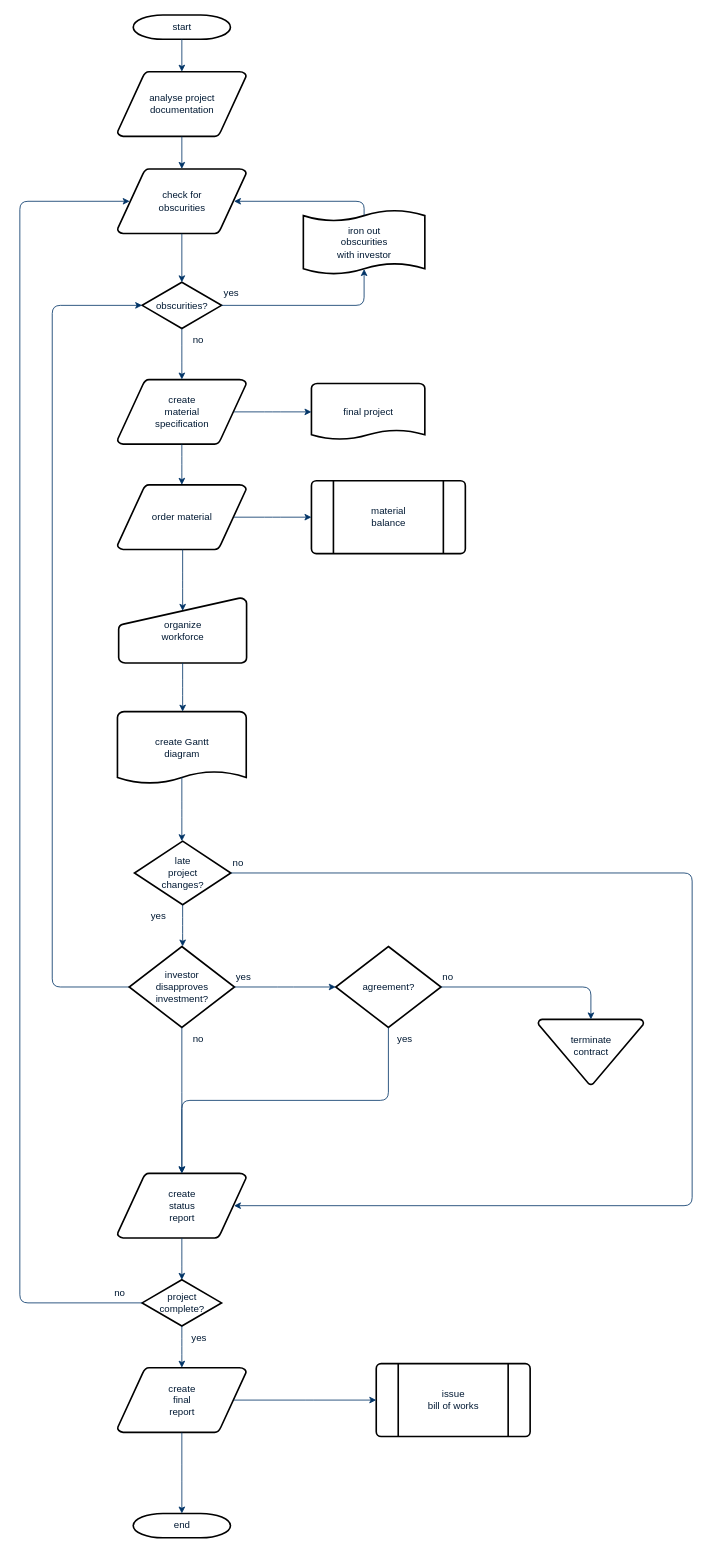
Earlier version of the draw.io diagram 蜜趣网络请求缓存逻辑.drawio (ZengSir/drawio). Source tidied: cells renumbered, new cells numbered last; positions are measured from the earlier drawing's top-left corner, leaving out a move shared by most shapes. Both pictures are drawn from the tidied source at 81%, with x=0, y=0 at pixel (19, 15).
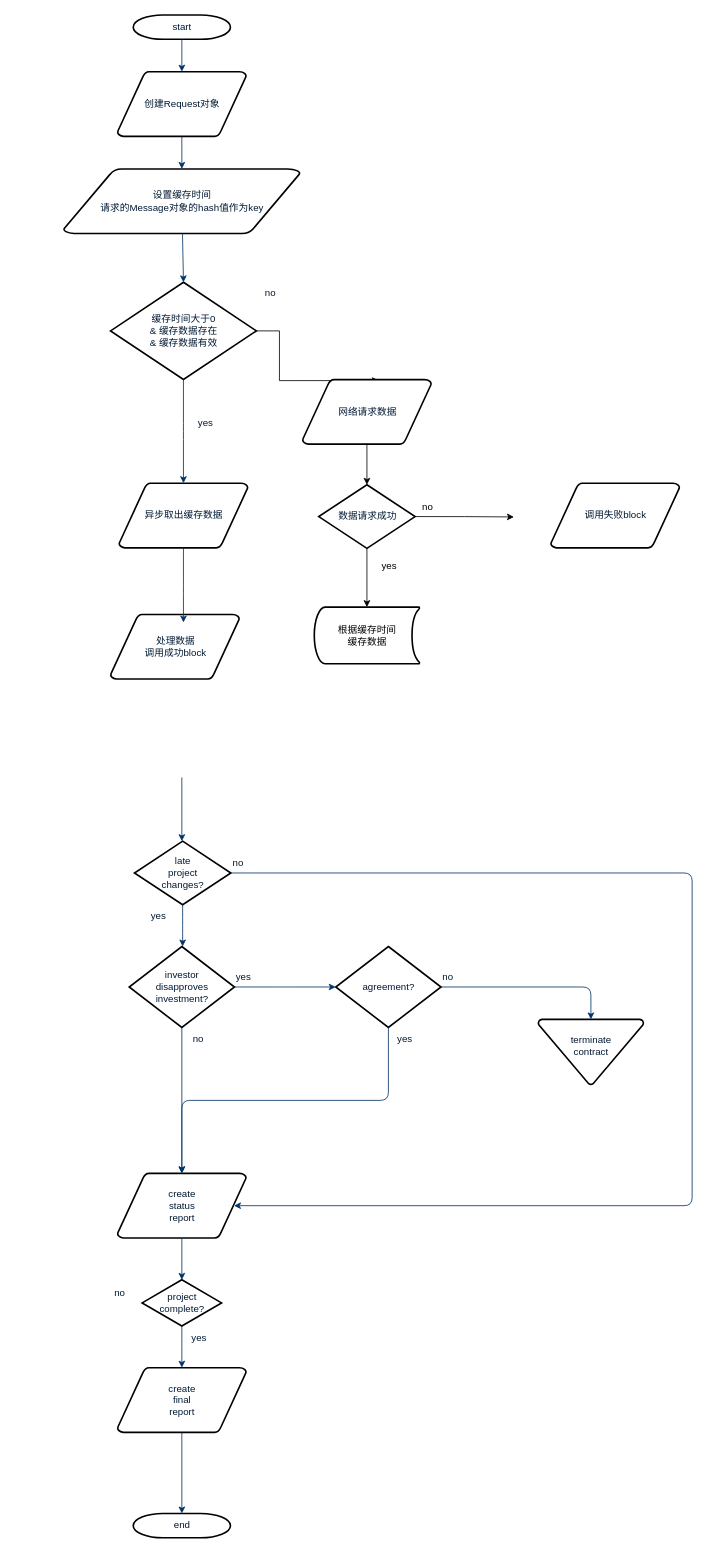
After the change.

Commit message (it also covers changes not shown here):
更新蜜趣网络请求缓存逻辑.drawio

The change refers to these unchanged cells:
```xml
<mxCell id="24" value="late&#10;project&#10;changes?" style="shape=mxgraph.flowchart.decision;fillColor=#FFFFFF;strokeColor=#000000;strokeWidth=2;gradientColor=none;gradientDirection=north;fontColor=#001933;fontStyle=0;html=1;" parent="1" vertex="1">
  <mxGeometry x="141.5" y="1020" width="119" height="78.5" as="geometry" />
</mxCell>
<mxCell id="28" value="investor&#10;disapproves&#10; investment?" style="shape=mxgraph.flowchart.decision;fillColor=#FFFFFF;strokeColor=#000000;strokeWidth=2;gradientColor=none;gradientDirection=north;fontColor=#001933;fontStyle=0;html=1;" parent="1" vertex="1">
  <mxGeometry x="135" y="1150" width="130" height="100" as="geometry" />
</mxCell>
<mxCell id="37" value="project&#10;complete?" style="shape=mxgraph.flowchart.decision;fillColor=#FFFFFF;strokeColor=#000000;strokeWidth=2;gradientColor=none;gradientDirection=north;fontColor=#001933;fontStyle=0;html=1;" parent="1" vertex="1">
  <mxGeometry x="151" y="1561.5" width="98" height="57" as="geometry" />
</mxCell>
<mxCell id="38" value="create&#10;final&#10;report" style="shape=mxgraph.flowchart.data;fillColor=#FFFFFF;strokeColor=#000000;strokeWidth=2;gradientColor=none;gradientDirection=north;fontColor=#001933;fontStyle=0;html=1;" parent="1" vertex="1">
  <mxGeometry x="120.5" y="1670" width="159" height="80" as="geometry" />
</mxCell>
```

Change to the diagram source:
```diff
@@
-    <mxCell id="3" value="analyse project&#10; documentation" style="shape=mxgraph.flowchart.data;fillColor=#FFFFFF;strokeColor=#000000;strokeWidth=2;gradientColor=none;gradientDirection=north;fontColor=#001933;fontStyle=0;html=1;" parent="1" vertex="1">
+    <mxCell id="3" value="创建Request对象" style="shape=mxgraph.flowchart.data;fillColor=#FFFFFF;strokeColor=#000000;strokeWidth=2;gradientColor=none;gradientDirection=north;fontColor=#001933;fontStyle=0;html=1;" parent="1" vertex="1">
       <mxGeometry x="120.5" y="70" width="159" height="80" as="geometry" />
     </mxCell>
-    <mxCell id="4" value="create&#10;material&#10;specification" style="shape=mxgraph.flowchart.data;fillColor=#FFFFFF;strokeColor=#000000;strokeWidth=2;gradientColor=none;gradientDirection=north;fontColor=#001933;fontStyle=0;html=1;" parent="1" vertex="1">
-      <mxGeometry x="120.5" y="450" width="159" height="80" as="geometry" />
+    <mxCell id="4" value="异步取出缓存数据" style="shape=mxgraph.flowchart.data;fillColor=#FFFFFF;strokeColor=#000000;strokeWidth=2;gradientColor=none;gradientDirection=north;fontColor=#001933;fontStyle=0;html=1;" parent="1" vertex="1">
+      <mxGeometry x="122.5" y="578" width="159" height="80" as="geometry" />
     </mxCell>
-    <mxCell id="5" value="check for&#10;obscurities" style="shape=mxgraph.flowchart.data;fillColor=#FFFFFF;strokeColor=#000000;strokeWidth=2;gradientColor=none;gradientDirection=north;fontColor=#001933;fontStyle=0;html=1;" parent="1" vertex="1">
-      <mxGeometry x="120.5" y="190" width="159" height="80" as="geometry" />
+    <mxCell id="5" value="设置缓存时间&lt;br&gt;请求的Message对象的hash值作为key&lt;br&gt;" style="shape=mxgraph.flowchart.data;fillColor=#FFFFFF;strokeColor=#000000;strokeWidth=2;gradientColor=none;gradientDirection=north;fontColor=#001933;fontStyle=0;html=1;" parent="1" vertex="1">
+      <mxGeometry x="54" y="190" width="292" height="80" as="geometry" />
     </mxCell>
+    <mxCell id="56" style="edgeStyle=orthogonalEdgeStyle;rounded=0;jettySize=auto;html=1;exitX=1;exitY=0.5;exitDx=0;exitDy=0;exitPerimeter=0;entryX=0.593;entryY=0.017;entryDx=0;entryDy=0;entryPerimeter=0;" parent="1" edge="1" source="6" target="59">
+      <mxGeometry relative="1" as="geometry" />
+    </mxCell>
-    <mxCell id="6" value="obscurities?" style="shape=mxgraph.flowchart.decision;fillColor=#FFFFFF;strokeColor=#000000;strokeWidth=2;gradientColor=none;gradientDirection=north;fontColor=#001933;fontStyle=0;html=1;" parent="1" vertex="1">
-      <mxGeometry x="151" y="330" width="98" height="57" as="geometry" />
+    <mxCell id="6" value="缓存时间大于0&lt;br&gt;&amp;amp; 缓存数据存在&lt;br&gt;&amp;amp; 缓存数据有效&lt;br&gt;" style="shape=mxgraph.flowchart.decision;fillColor=#FFFFFF;strokeColor=#000000;strokeWidth=2;gradientColor=none;gradientDirection=north;fontColor=#001933;fontStyle=0;html=1;" parent="1" vertex="1">
+      <mxGeometry x="112" y="330" width="180" height="120" as="geometry" />
     </mxCell>
@@
-    <mxCell id="10" style="edgeStyle=elbowEdgeStyle;elbow=horizontal;entryX=0.5;entryY=0.91;entryPerimeter=0;exitX=1;exitY=0.5;exitPerimeter=0;fontColor=#001933;fontStyle=1;strokeColor=#003366;strokeWidth=1;html=1;" parent="1" edge="1" source="6" target="51">
-      <mxGeometry x="381" y="28.5" as="geometry">
-        <Array as="points">
-          <mxPoint x="425" y="340" />
-        </Array>
-      </mxGeometry>
-    </mxCell>
-    <mxCell id="11" value="yes" style="text;fontColor=#001933;fontStyle=0;html=1;strokeColor=none;gradientColor=none;fillColor=none;strokeWidth=2;" parent="1" vertex="1">
-      <mxGeometry x="250" y="330" width="40" height="26" as="geometry" />
+    <mxCell id="11" value="no" style="text;fontColor=#001933;fontStyle=0;html=1;strokeColor=none;gradientColor=none;fillColor=none;strokeWidth=2;" parent="1" vertex="1">
+      <mxGeometry x="300.5" y="330" width="40" height="26" as="geometry" />
     </mxCell>
@@
-    <mxCell id="13" value="order material" style="shape=mxgraph.flowchart.data;fillColor=#FFFFFF;strokeColor=#000000;strokeWidth=2;gradientColor=none;gradientDirection=north;fontColor=#001933;fontStyle=0;html=1;" parent="1" vertex="1">
-      <mxGeometry x="120.5" y="580" width="159" height="80" as="geometry" />
+    <mxCell id="13" value="处理数据&lt;br&gt;调用成功block" style="shape=mxgraph.flowchart.data;fillColor=#FFFFFF;strokeColor=#000000;strokeWidth=2;gradientColor=none;gradientDirection=north;fontColor=#001933;fontStyle=0;html=1;" parent="1" vertex="1">
+      <mxGeometry x="112" y="740" width="159" height="80" as="geometry" />
     </mxCell>
-    <mxCell id="14" value="no" style="text;fontColor=#001933;fontStyle=0;html=1;strokeColor=none;gradientColor=none;fillColor=none;strokeWidth=2;align=center;" parent="1" vertex="1">
-      <mxGeometry x="200" y="387" width="40" height="26" as="geometry" />
+    <mxCell id="14" value="yes" style="text;fontColor=#001933;fontStyle=0;html=1;strokeColor=none;gradientColor=none;fillColor=none;strokeWidth=2;align=center;" parent="1" vertex="1">
+      <mxGeometry x="209" y="490" width="40" height="26" as="geometry" />
     </mxCell>
-    <mxCell id="15" value="final project" style="shape=mxgraph.flowchart.document;fillColor=#FFFFFF;strokeColor=#000000;strokeWidth=2;gradientColor=none;gradientDirection=north;fontColor=#001933;fontStyle=0;html=1;" parent="1" vertex="1">
-      <mxGeometry x="360" y="455" width="140" height="70" as="geometry" />
-    </mxCell>
-    <mxCell id="16" style="edgeStyle=elbowEdgeStyle;elbow=horizontal;exitX=0.905;exitY=0.5;exitPerimeter=0;fontColor=#001933;fontStyle=1;strokeColor=#003366;strokeWidth=1;html=1;" parent="1" edge="1" source="4" target="15">
-      <mxGeometry as="geometry" />
-    </mxCell>
-    <mxCell id="17" style="edgeStyle=elbowEdgeStyle;elbow=horizontal;fontColor=#001933;fontStyle=1;strokeColor=#003366;strokeWidth=1;html=1;" parent="1" edge="1" source="4" target="13">
-      <mxGeometry as="geometry" />
+    <mxCell id="17" style="edgeStyle=elbowEdgeStyle;elbow=horizontal;fontColor=#001933;fontStyle=1;strokeColor=#003366;strokeWidth=1;html=1;" parent="1" edge="1" source="4">
+      <mxGeometry as="geometry">
+        <mxPoint x="202" y="750" as="targetPoint" />
+      </mxGeometry>
     </mxCell>
-    <mxCell id="18" value="material&#10;balance" style="shape=mxgraph.flowchart.predefined_process;fillColor=#FFFFFF;strokeColor=#000000;strokeWidth=2;gradientColor=none;gradientDirection=north;fontColor=#001933;fontStyle=0;html=1;" parent="1" vertex="1">
-      <mxGeometry x="360" y="575" width="190" height="90" as="geometry" />
-    </mxCell>
-    <mxCell id="19" style="edgeStyle=elbowEdgeStyle;elbow=horizontal;exitX=0.905;exitY=0.5;exitPerimeter=0;fontColor=#001933;fontStyle=1;strokeColor=#003366;strokeWidth=1;html=1;" parent="1" edge="1" source="13" target="18">
-      <mxGeometry as="geometry" />
-    </mxCell>
-    <mxCell id="20" value="organize &#10;workforce" style="shape=mxgraph.flowchart.manual_input;fillColor=#FFFFFF;strokeColor=#000000;strokeWidth=2;gradientColor=none;gradientDirection=north;fontColor=#001933;fontStyle=0;html=1;" parent="1" vertex="1">
-      <mxGeometry x="122" y="720" width="158" height="80" as="geometry" />
-    </mxCell>
-    <mxCell id="21" style="edgeStyle=elbowEdgeStyle;elbow=horizontal;entryX=0.5;entryY=0.195;entryPerimeter=0;fontColor=#001933;fontStyle=1;strokeColor=#003366;strokeWidth=1;html=1;" parent="1" edge="1" source="13" target="20">
-      <mxGeometry as="geometry" />
-    </mxCell>
-    <mxCell id="22" value="create Gantt&#10;diagram" style="shape=mxgraph.flowchart.document;fillColor=#FFFFFF;strokeColor=#000000;strokeWidth=2;gradientColor=none;gradientDirection=north;fontColor=#001933;fontStyle=0;html=1;" parent="1" vertex="1">
-      <mxGeometry x="120.5" y="860" width="159" height="90" as="geometry" />
-    </mxCell>
-    <mxCell id="23" style="edgeStyle=elbowEdgeStyle;elbow=horizontal;exitX=0.5;exitY=1;exitPerimeter=0;fontColor=#001933;fontStyle=1;strokeColor=#003366;strokeWidth=1;html=1;" parent="1" edge="1" source="20" target="22">
-      <mxGeometry as="geometry" />
-    </mxCell>
@@
-    <mxCell id="25" style="edgeStyle=elbowEdgeStyle;elbow=horizontal;exitX=0.5;exitY=0.9;exitPerimeter=0;fontColor=#001933;fontStyle=1;strokeColor=#003366;strokeWidth=1;html=1;" parent="1" edge="1" source="22" target="24">
-      <mxGeometry as="geometry" />
+    <mxCell id="25" style="edgeStyle=elbowEdgeStyle;elbow=horizontal;exitX=0.5;exitY=0.9;exitPerimeter=0;fontColor=#001933;fontStyle=1;strokeColor=#003366;strokeWidth=1;html=1;" parent="1" edge="1" target="24">
+      <mxGeometry as="geometry">
+        <mxPoint x="200" y="941.3" as="sourcePoint" />
+      </mxGeometry>
     </mxCell>
-    <mxCell id="26" style="edgeStyle=elbowEdgeStyle;elbow=horizontal;exitX=0;exitY=0.5;exitPerimeter=0;entryX=0;entryY=0.5;entryPerimeter=0;fontColor=#001933;fontStyle=1;strokeColor=#003366;strokeWidth=1;html=1;" parent="1" edge="1" source="28" target="6">
-      <mxGeometry as="geometry">
-        <Array as="points">
-          <mxPoint x="40" y="790" />
-        </Array>
-      </mxGeometry>
-    </mxCell>
@@
-    <mxCell id="39" value="issue&#10;bill of works" style="shape=mxgraph.flowchart.predefined_process;fillColor=#FFFFFF;strokeColor=#000000;strokeWidth=2;gradientColor=none;gradientDirection=north;fontColor=#001933;fontStyle=0;html=1;" parent="1" vertex="1">
-      <mxGeometry x="440" y="1665" width="190" height="90" as="geometry" />
-    </mxCell>
@@
-    <mxCell id="44" style="edgeStyle=elbowEdgeStyle;elbow=vertical;exitX=0.905;exitY=0.5;exitPerimeter=0;entryX=0;entryY=0.5;entryPerimeter=0;fontColor=#001933;fontStyle=1;strokeColor=#003366;strokeWidth=1;html=1;" parent="1" edge="1" source="38" target="39">
-      <mxGeometry as="geometry" />
-    </mxCell>
@@
-    <mxCell id="51" value="iron out&#10;obscurities &#10;with investor" style="shape=mxgraph.flowchart.paper_tape;fillColor=#FFFFFF;strokeColor=#000000;strokeWidth=2;gradientColor=none;gradientDirection=north;fontColor=#001933;fontStyle=0;html=1;" parent="1" vertex="1">
-      <mxGeometry x="350" y="240" width="150" height="81" as="geometry" />
-    </mxCell>
-    <mxCell id="52" style="edgeStyle=elbowEdgeStyle;elbow=horizontal;exitX=0.5;exitY=0.09;exitPerimeter=0;entryX=0.905;entryY=0.5;entryPerimeter=0;fontColor=#001933;fontStyle=1;strokeColor=#003366;strokeWidth=1;html=1;" parent="1" edge="1" source="51" target="5">
-      <mxGeometry as="geometry">
-        <Array as="points">
-          <mxPoint x="425" y="240" />
-        </Array>
-      </mxGeometry>
-    </mxCell>
@@
-    <mxCell id="54" style="edgeStyle=elbowEdgeStyle;elbow=horizontal;exitX=0;exitY=0.5;exitPerimeter=0;entryX=0.095;entryY=0.5;entryPerimeter=0;fontColor=#001933;fontStyle=1;strokeColor=#003366;strokeWidth=1;html=1;" parent="1" edge="1" source="37" target="5">
-      <mxGeometry as="geometry">
-        <Array as="points">
-          <mxPoint y="910" />
-        </Array>
-      </mxGeometry>
-    </mxCell>
@@
+    <mxCell id="57" value="根据缓存时间&lt;br&gt;缓存数据" style="strokeWidth=2;html=1;shape=mxgraph.flowchart.stored_data;whiteSpace=wrap;" parent="1" vertex="1">
+      <mxGeometry x="363.5" y="731" width="130" height="70" as="geometry" />
+    </mxCell>
+    <mxCell id="58" style="edgeStyle=orthogonalEdgeStyle;rounded=0;jettySize=auto;html=1;exitX=0.5;exitY=1;exitDx=0;exitDy=0;exitPerimeter=0;entryX=0.5;entryY=0;entryDx=0;entryDy=0;entryPerimeter=0;" parent="1" edge="1" source="59" target="62">
+      <mxGeometry relative="1" as="geometry" />
+    </mxCell>
+    <mxCell id="59" value="网络请求数据" style="shape=mxgraph.flowchart.data;fillColor=#FFFFFF;strokeColor=#000000;strokeWidth=2;gradientColor=none;gradientDirection=north;fontColor=#001933;fontStyle=0;html=1;" parent="1" vertex="1">
+      <mxGeometry x="349" y="450" width="159" height="80" as="geometry" />
+    </mxCell>
+    <mxCell id="60" style="edgeStyle=orthogonalEdgeStyle;rounded=0;jettySize=auto;html=1;entryX=0.5;entryY=0;entryDx=0;entryDy=0;entryPerimeter=0;" parent="1" edge="1" source="62" target="57">
+      <mxGeometry relative="1" as="geometry" />
+    </mxCell>
+    <mxCell id="61" style="edgeStyle=orthogonalEdgeStyle;rounded=0;jettySize=auto;html=1;exitX=1;exitY=0.5;exitDx=0;exitDy=0;exitPerimeter=0;entryX=0;entryY=0.5;entryDx=0;entryDy=0;" parent="1" edge="1" source="62">
+      <mxGeometry relative="1" as="geometry">
+        <mxPoint x="610" y="619.7" as="targetPoint" />
+      </mxGeometry>
+    </mxCell>
+    <mxCell id="62" value="数据请求成功&lt;br&gt;" style="shape=mxgraph.flowchart.decision;fillColor=#FFFFFF;strokeColor=#000000;strokeWidth=2;gradientColor=none;gradientDirection=north;fontColor=#001933;fontStyle=0;html=1;" parent="1" vertex="1">
+      <mxGeometry x="369" y="580" width="119" height="78.5" as="geometry" />
+    </mxCell>
+    <mxCell id="63" value="no" style="text;html=1;align=left;verticalAlign=top;spacingTop=-4;" parent="1" vertex="1">
+      <mxGeometry x="495" y="598" width="30" height="20" as="geometry" />
+    </mxCell>
+    <mxCell id="64" value="yes&lt;br&gt;" style="text;html=1;align=left;verticalAlign=top;spacingTop=-4;" parent="1" vertex="1">
+      <mxGeometry x="445" y="670" width="30" height="20" as="geometry" />
+    </mxCell>
+    <mxCell id="65" value="调用失败block" style="shape=mxgraph.flowchart.data;fillColor=#FFFFFF;strokeColor=#000000;strokeWidth=2;gradientColor=none;gradientDirection=north;fontColor=#001933;fontStyle=0;html=1;" parent="1" vertex="1">
+      <mxGeometry x="655.5" y="578" width="159" height="80" as="geometry" />
+    </mxCell>
```
